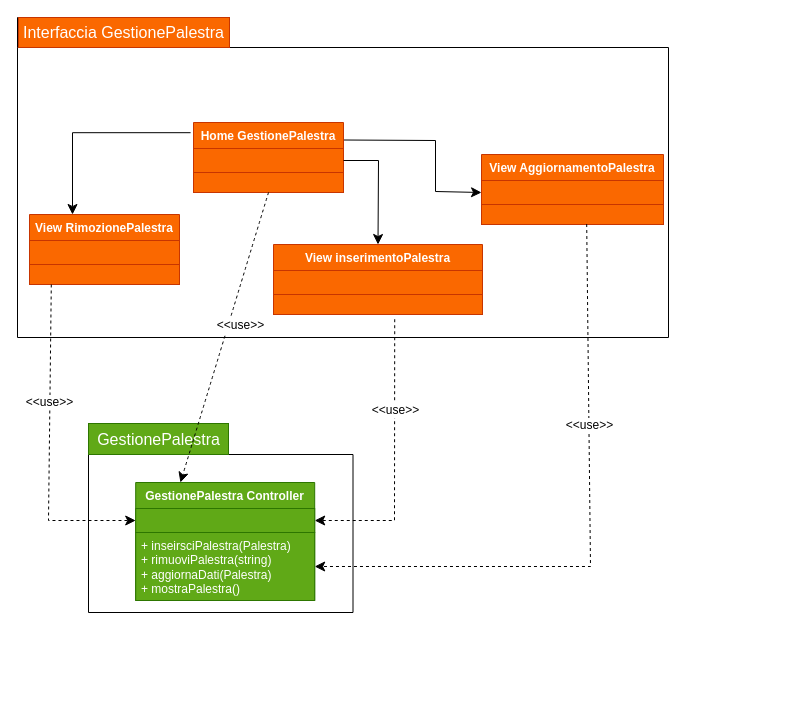
Above: Diagrammi_Package/GestionePalestra.drawio in JosephBoom02/Progetto_Ingegneria_del_Software (draw.io), before the change. Source tidied: cells renumbered, new cells numbered last; positions are measured from the earlier drawing's top-left corner, leaving out a move shared by most shapes. Both pictures are drawn from the tidied source at 100%, with x=0, y=0 at pixel (17, 17).
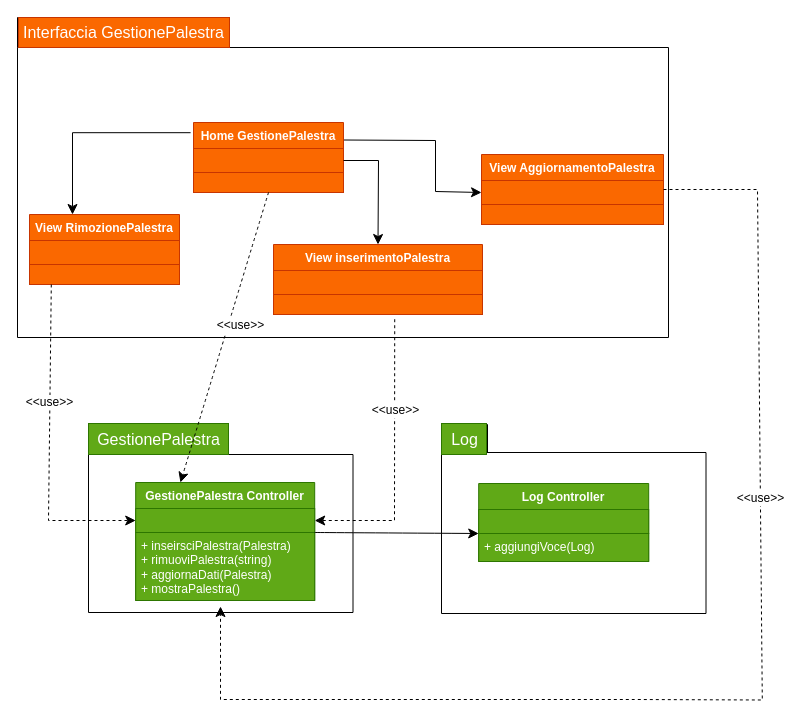
Above is the later version.

Unchanged cells that the change refers to:
```xml
<mxCell id="23" value="&lt;div&gt;+ inseirsciPalestra(Palestra)&lt;/div&gt;&lt;div&gt;+ rimuoviPalestra(string)&lt;br&gt;&lt;/div&gt;&lt;div&gt;+ aggiornaDati(Palestra)&lt;br&gt;&lt;/div&gt;&lt;div&gt;+ mostraPalestra()&lt;br&gt;&lt;/div&gt;" style="text;strokeColor=#2D7600;fillColor=#60a917;align=left;verticalAlign=top;spacingLeft=4;spacingRight=4;overflow=hidden;points=[[0,0.5],[1,0.5]];portConstraint=eastwest;whiteSpace=wrap;html=1;fontColor=#ffffff;" parent="20" vertex="1">
  <mxGeometry y="50" width="179" height="68" as="geometry" />
</mxCell>
<mxCell id="33" value="&lt;font color=&quot;#ffffff&quot;&gt;View AggiornamentoPalestra&lt;br&gt;&lt;/font&gt;" style="swimlane;fontStyle=1;align=center;verticalAlign=top;horizontal=1;startSize=26;whiteSpace=wrap;html=1;fillColor=#fa6800;fontColor=#000000;strokeColor=#C73500;" parent="1" vertex="1">
  <mxGeometry x="464" y="137" width="182" height="70" as="geometry" />
</mxCell>
<mxCell id="36" value="&lt;div&gt;&lt;br&gt;&lt;/div&gt;&lt;div&gt;&lt;br&gt;&lt;/div&gt;" style="text;strokeColor=#C73500;fillColor=#fa6800;align=left;verticalAlign=top;spacingLeft=4;spacingRight=4;overflow=hidden;points=[[0,0.5],[1,0.5]];portConstraint=eastwest;whiteSpace=wrap;html=1;fontColor=#000000;" parent="33" vertex="1">
  <mxGeometry y="50" width="182" height="20" as="geometry" />
</mxCell>
```

Diff of the diagram source:
```diff
@@
-    <mxCell id="37" style="edgeStyle=none;curved=0;rounded=0;jettySize=auto;html=1;exitX=0.578;exitY=0.977;exitDx=0;exitDy=0;fontSize=12;startSize=8;endSize=8;dashed=1;exitPerimeter=0;" parent="1" edge="1" source="36" target="23">
+    <mxCell id="37" style="edgeStyle=none;curved=0;rounded=0;jettySize=auto;html=1;fontSize=12;startSize=8;endSize=8;dashed=1;exitX=1;exitY=0.5;exitDx=0;exitDy=0;" parent="1" edge="1" source="33">
       <mxGeometry relative="1" as="geometry">
+        <mxPoint x="203" y="589" as="targetPoint" />
         <Array as="points">
-          <mxPoint x="573" y="549" />
+          <mxPoint x="740" y="172" />
+          <mxPoint x="744.8" y="682.5" />
+          <mxPoint x="617" y="682" />
+          <mxPoint x="203" y="682" />
         </Array>
       </mxGeometry>
     </mxCell>
@@
+    <mxCell id="39" style="shape=folder;fontStyle=1;spacingTop=10;tabWidth=46;tabHeight=28;tabPosition=left;html=1;whiteSpace=wrap;" parent="1" vertex="1">
+      <mxGeometry x="424" y="407" width="264.5" height="189" as="geometry" />
+    </mxCell>
+    <mxCell id="40" value="Log" style="text;html=1;align=center;verticalAlign=middle;fontSize=16;fillColor=#60a917;fontColor=#ffffff;strokeColor=#2D7600;" parent="1" vertex="1">
+      <mxGeometry x="424" y="406" width="45" height="31" as="geometry" />
+    </mxCell>
+    <mxCell id="41" value="Log Controller" style="swimlane;fontStyle=1;align=center;verticalAlign=top;horizontal=1;startSize=26;whiteSpace=wrap;html=1;fillColor=#60a917;fontColor=#ffffff;strokeColor=#2D7600;" parent="1" vertex="1">
+      <mxGeometry x="461.2" y="466" width="170" height="78" as="geometry" />
+    </mxCell>
+    <mxCell id="42" style="text;strokeColor=#2D7600;fillColor=#60a917;align=left;verticalAlign=top;spacingLeft=4;spacingRight=4;overflow=hidden;whiteSpace=wrap;html=1;fontColor=#ffffff;" parent="41" vertex="1">
+      <mxGeometry y="26" width="170" height="24" as="geometry" />
+    </mxCell>
+    <mxCell id="43" style="line;strokeWidth=1;fillColor=#fa6800;align=left;verticalAlign=middle;spacingTop=-1;spacingLeft=3;spacingRight=3;labelPosition=right;strokeColor=#FF8000;fontColor=#000000;" parent="41" vertex="1">
+      <mxGeometry y="50" width="170" as="geometry" />
+    </mxCell>
+    <mxCell id="44" value="+ aggiungiVoce(Log)" style="text;strokeColor=#2D7600;fillColor=#60a917;align=left;verticalAlign=top;spacingLeft=4;spacingRight=4;overflow=hidden;whiteSpace=wrap;html=1;fontColor=#ffffff;" parent="41" vertex="1">
+      <mxGeometry y="50" width="170" height="28" as="geometry" />
+    </mxCell>
+    <mxCell id="45" style="edgeStyle=none;curved=1;rounded=0;orthogonalLoop=1;jettySize=auto;html=1;exitX=1;exitY=0.5;exitDx=0;exitDy=0;entryX=0;entryY=0.75;entryDx=0;entryDy=0;fontSize=12;startSize=8;endSize=8;" parent="1" edge="1">
+      <mxGeometry relative="1" as="geometry">
+        <mxPoint x="297.2" y="515" as="sourcePoint" />
+        <mxPoint x="461.2" y="516" as="targetPoint" />
+      </mxGeometry>
+    </mxCell>
```
